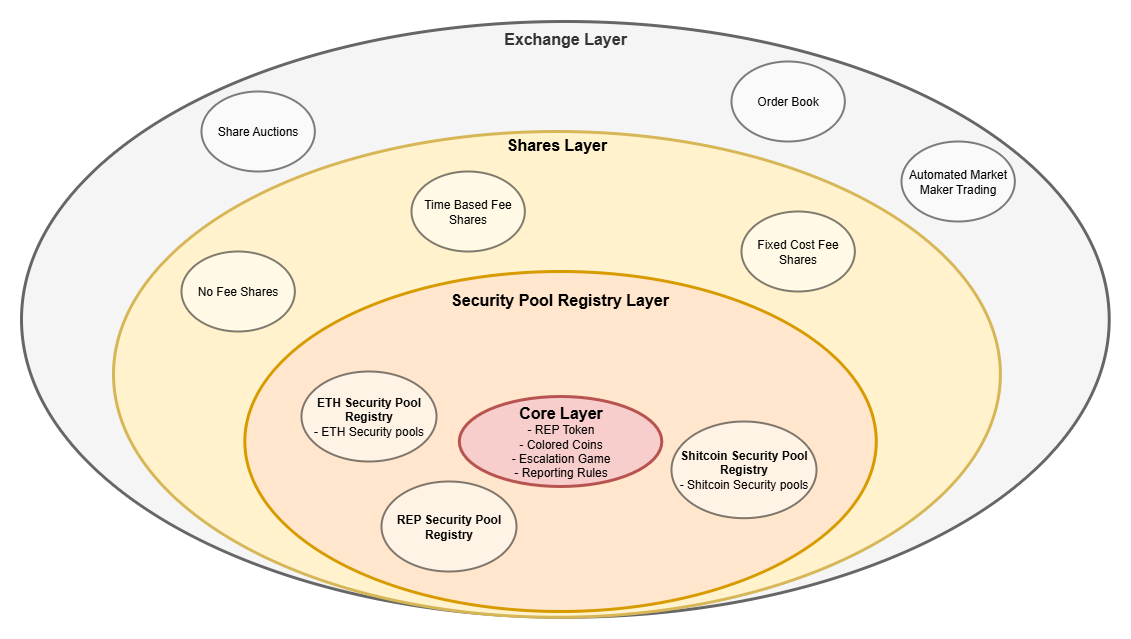
Before: second_draft_whitepaper/images/layers.png, a diagram exported from draw.io (AugurProject/oracle-research). Source tidied: cells renumbered, new cells last; positions are measured from the earlier drawing's top-left corner, leaving out a move shared by most shapes.
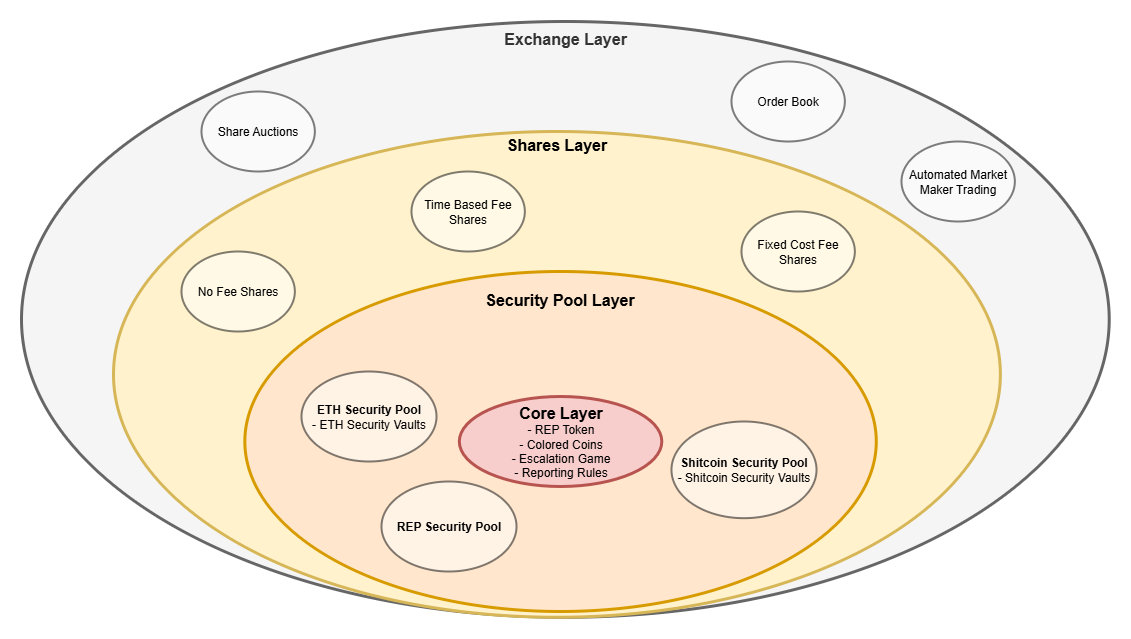
The same file after the commit.

Diff of the diagram source:
```diff
@@ -8,7 +8,7 @@
     <mxCell id="3" value="&lt;b&gt;&lt;font style=&quot;font-size: 16px;&quot;&gt;Shares Layer&lt;/font&gt;&lt;/b&gt;&lt;div&gt;&lt;br&gt;&lt;/div&gt;&lt;div&gt;&lt;br&gt;&lt;/div&gt;&lt;div&gt;&lt;br&gt;&lt;/div&gt;&lt;div&gt;&lt;br&gt;&lt;/div&gt;&lt;div&gt;&lt;br&gt;&lt;/div&gt;&lt;div&gt;&lt;br&gt;&lt;/div&gt;&lt;div&gt;&lt;br&gt;&lt;/div&gt;&lt;div&gt;&lt;br&gt;&lt;/div&gt;&lt;div&gt;&lt;br&gt;&lt;/div&gt;&lt;div&gt;&lt;br&gt;&lt;/div&gt;&lt;div&gt;&lt;br&gt;&lt;/div&gt;&lt;div&gt;&lt;br&gt;&lt;/div&gt;&lt;div&gt;&lt;br&gt;&lt;/div&gt;&lt;div&gt;&lt;br&gt;&lt;/div&gt;&lt;div&gt;&lt;br&gt;&lt;/div&gt;&lt;div&gt;&lt;br&gt;&lt;/div&gt;&lt;div&gt;&amp;nbsp; &amp;nbsp; &amp;nbsp; &amp;nbsp; &amp;nbsp;&lt;/div&gt;&lt;div&gt;&lt;br&gt;&lt;/div&gt;&lt;div&gt;&lt;br&gt;&lt;/div&gt;&lt;div&gt;&lt;br&gt;&lt;/div&gt;&lt;div&gt;&lt;br&gt;&lt;/div&gt;&lt;div&gt;&lt;br&gt;&lt;/div&gt;&lt;div&gt;&lt;br&gt;&lt;/div&gt;&lt;div&gt;&lt;br&gt;&lt;/div&gt;&lt;div&gt;&lt;br&gt;&lt;/div&gt;&lt;div&gt;&lt;br&gt;&lt;/div&gt;&lt;div&gt;&lt;br&gt;&lt;/div&gt;&lt;div&gt;&lt;br&gt;&lt;/div&gt;&lt;div&gt;&lt;br&gt;&lt;/div&gt;&lt;div&gt;&lt;br&gt;&lt;/div&gt;&lt;div&gt;&lt;br&gt;&lt;/div&gt;&lt;div&gt;&lt;br&gt;&lt;/div&gt;" style="ellipse;whiteSpace=wrap;html=1;fillColor=#fff2cc;strokeColor=#d6b656;strokeWidth=3;" parent="1" vertex="1">
       <mxGeometry x="92" y="110" width="886.9" height="485.8" as="geometry" />
     </mxCell>
-    <mxCell id="4" value="&lt;b&gt;&lt;font style=&quot;font-size: 16px;&quot;&gt;&lt;br&gt;Security Pool Registry Layer&lt;/font&gt;&lt;/b&gt;&lt;div&gt;&lt;br&gt;&lt;/div&gt;&lt;div&gt;&lt;br&gt;&lt;/div&gt;&lt;div&gt;&lt;br&gt;&lt;/div&gt;&lt;div&gt;&lt;br&gt;&lt;/div&gt;&lt;div&gt;&lt;br&gt;&lt;/div&gt;&lt;div&gt;&lt;br&gt;&lt;/div&gt;&lt;div&gt;&lt;br&gt;&lt;/div&gt;&lt;div&gt;&lt;br&gt;&lt;/div&gt;&lt;div&gt;&lt;br&gt;&lt;/div&gt;&lt;div&gt;&lt;br&gt;&lt;/div&gt;&lt;div&gt;&lt;br&gt;&lt;/div&gt;&lt;div&gt;&amp;nbsp; &amp;nbsp; &amp;nbsp; &amp;nbsp; &amp;nbsp;&lt;/div&gt;&lt;div&gt;&lt;br&gt;&lt;/div&gt;&lt;div&gt;&lt;br&gt;&lt;/div&gt;&lt;div&gt;&lt;br&gt;&lt;/div&gt;&lt;div&gt;&lt;br&gt;&lt;/div&gt;&lt;div&gt;&lt;br&gt;&lt;/div&gt;&lt;div&gt;&lt;br&gt;&lt;/div&gt;&lt;div&gt;&lt;br&gt;&lt;/div&gt;&lt;div&gt;&lt;br&gt;&lt;/div&gt;&lt;div&gt;&lt;br&gt;&lt;/div&gt;" style="ellipse;whiteSpace=wrap;html=1;fillColor=#ffe6cc;strokeColor=#d79b00;strokeWidth=3;" parent="1" vertex="1">
+    <mxCell id="4" value="&lt;b&gt;&lt;font style=&quot;font-size: 16px;&quot;&gt;&lt;br&gt;Security Pool&amp;nbsp;&lt;/font&gt;&lt;/b&gt;&lt;b style=&quot;background-color: transparent; color: light-dark(rgb(0, 0, 0), rgb(255, 255, 255));&quot;&gt;&lt;font style=&quot;font-size: 16px;&quot;&gt;Layer&lt;/font&gt;&lt;/b&gt;&lt;div&gt;&lt;div&gt;&lt;br&gt;&lt;/div&gt;&lt;div&gt;&lt;br&gt;&lt;/div&gt;&lt;div&gt;&lt;br&gt;&lt;/div&gt;&lt;div&gt;&lt;br&gt;&lt;/div&gt;&lt;div&gt;&lt;br&gt;&lt;/div&gt;&lt;div&gt;&lt;br&gt;&lt;/div&gt;&lt;div&gt;&lt;br&gt;&lt;/div&gt;&lt;div&gt;&lt;br&gt;&lt;/div&gt;&lt;div&gt;&lt;br&gt;&lt;/div&gt;&lt;div&gt;&lt;br&gt;&lt;/div&gt;&lt;div&gt;&lt;br&gt;&lt;/div&gt;&lt;div&gt;&amp;nbsp; &amp;nbsp; &amp;nbsp; &amp;nbsp; &amp;nbsp;&lt;/div&gt;&lt;div&gt;&lt;br&gt;&lt;/div&gt;&lt;div&gt;&lt;br&gt;&lt;/div&gt;&lt;div&gt;&lt;br&gt;&lt;/div&gt;&lt;div&gt;&lt;br&gt;&lt;/div&gt;&lt;div&gt;&lt;br&gt;&lt;/div&gt;&lt;div&gt;&lt;br&gt;&lt;/div&gt;&lt;div&gt;&lt;br&gt;&lt;/div&gt;&lt;div&gt;&lt;br&gt;&lt;/div&gt;&lt;div&gt;&lt;br&gt;&lt;/div&gt;&lt;/div&gt;" style="ellipse;whiteSpace=wrap;html=1;fillColor=#ffe6cc;strokeColor=#d79b00;strokeWidth=3;" parent="1" vertex="1">
       <mxGeometry x="223.3" y="250" width="631.4" height="340" as="geometry" />
     </mxCell>
     <mxCell id="5" value="&lt;b&gt;&lt;font style=&quot;font-size: 16px;&quot;&gt;Core Layer&lt;/font&gt;&lt;/b&gt;&lt;div&gt;&lt;font style=&quot;&quot;&gt;- REP Token&lt;/font&gt;&lt;br&gt;&lt;div&gt;- Colored Coins&lt;br&gt;- Escalation Game&lt;/div&gt;&lt;/div&gt;&lt;div&gt;- Reporting Rules&lt;/div&gt;" style="ellipse;whiteSpace=wrap;html=1;fillColor=#f8cecc;strokeColor=#b85450;strokeWidth=3;" parent="1" vertex="1">
@@ -32,13 +32,13 @@
     <mxCell id="11" value="Share Auctions" style="ellipse;whiteSpace=wrap;html=1;shadow=0;opacity=50;fillColor=default;perimeterSpacing=1;strokeWidth=2;fillStyle=auto;gradientColor=none;" parent="1" vertex="1">
       <mxGeometry x="180" y="70" width="113.3" height="80" as="geometry" />
     </mxCell>
-    <mxCell id="12" value="&lt;b&gt;ETH Security Pool Registry&lt;/b&gt;&lt;div&gt;- ETH Security pools&lt;/div&gt;" style="ellipse;whiteSpace=wrap;html=1;shadow=0;opacity=50;fillColor=default;perimeterSpacing=1;strokeWidth=2;fillStyle=auto;gradientColor=none;" parent="1" vertex="1">
+    <mxCell id="12" value="&lt;b&gt;ETH Security Pool&lt;/b&gt;&lt;div&gt;- ETH Security Vaults&lt;/div&gt;" style="ellipse;whiteSpace=wrap;html=1;shadow=0;opacity=50;fillColor=default;perimeterSpacing=1;strokeWidth=2;fillStyle=auto;gradientColor=none;" parent="1" vertex="1">
       <mxGeometry x="280" y="350" width="135" height="90" as="geometry" />
     </mxCell>
-    <mxCell id="13" value="&lt;b&gt;Shitcoin Security Pool Registry&lt;/b&gt;&lt;div&gt;- Shitcoin Security pools&lt;/div&gt;" style="ellipse;whiteSpace=wrap;html=1;shadow=0;opacity=50;fillColor=default;perimeterSpacing=1;strokeWidth=2;fillStyle=auto;gradientColor=none;" parent="1" vertex="1">
+    <mxCell id="13" value="&lt;b&gt;Shitcoin Security Pool&lt;/b&gt;&lt;div&gt;- Shitcoin Security Vaults&lt;/div&gt;" style="ellipse;whiteSpace=wrap;html=1;shadow=0;opacity=50;fillColor=default;perimeterSpacing=1;strokeWidth=2;fillStyle=auto;gradientColor=none;" parent="1" vertex="1">
       <mxGeometry x="650" y="400" width="145" height="96.7" as="geometry" />
     </mxCell>
-    <mxCell id="14" value="&lt;b&gt;REP Security Pool Registry&lt;br&gt;&lt;/b&gt;" style="ellipse;whiteSpace=wrap;html=1;gradientColor=none;shadow=0;opacity=50;fillColor=default;perimeterSpacing=1;strokeWidth=2;fillStyle=auto;" parent="1" vertex="1">
+    <mxCell id="14" value="&lt;b&gt;REP Security Pool&lt;br&gt;&lt;/b&gt;" style="ellipse;whiteSpace=wrap;html=1;gradientColor=none;shadow=0;opacity=50;fillColor=default;perimeterSpacing=1;strokeWidth=2;fillStyle=auto;" parent="1" vertex="1">
       <mxGeometry x="360" y="460" width="135" height="90" as="geometry" />
     </mxCell>
   </root>
```
